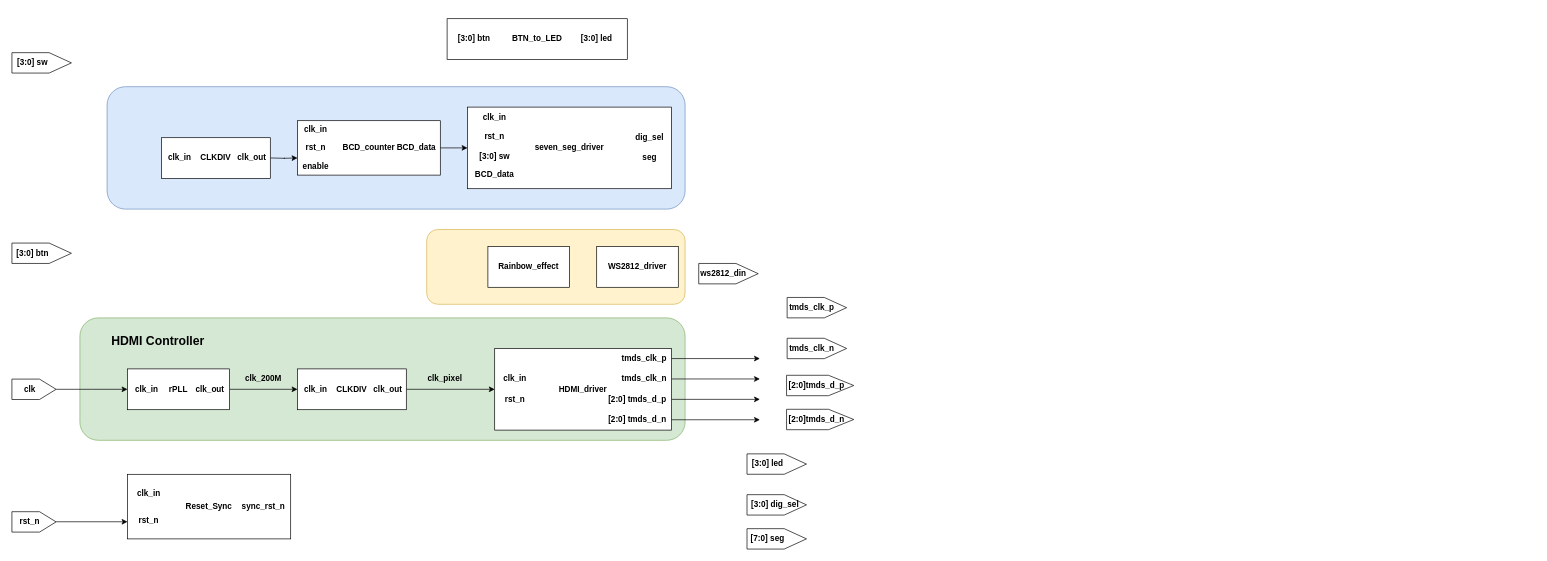
This is 板级测试工程框图.drawio from zeandon/draw.io, a draw.io file, before an edit. Source tidied: cells renumbered, new cells numbered last; positions are measured from the earlier drawing's top-left corner, leaving out a move shared by most shapes. Both pictures are drawn from the tidied source at 68%, with x=0, y=0 at pixel (12, 18).
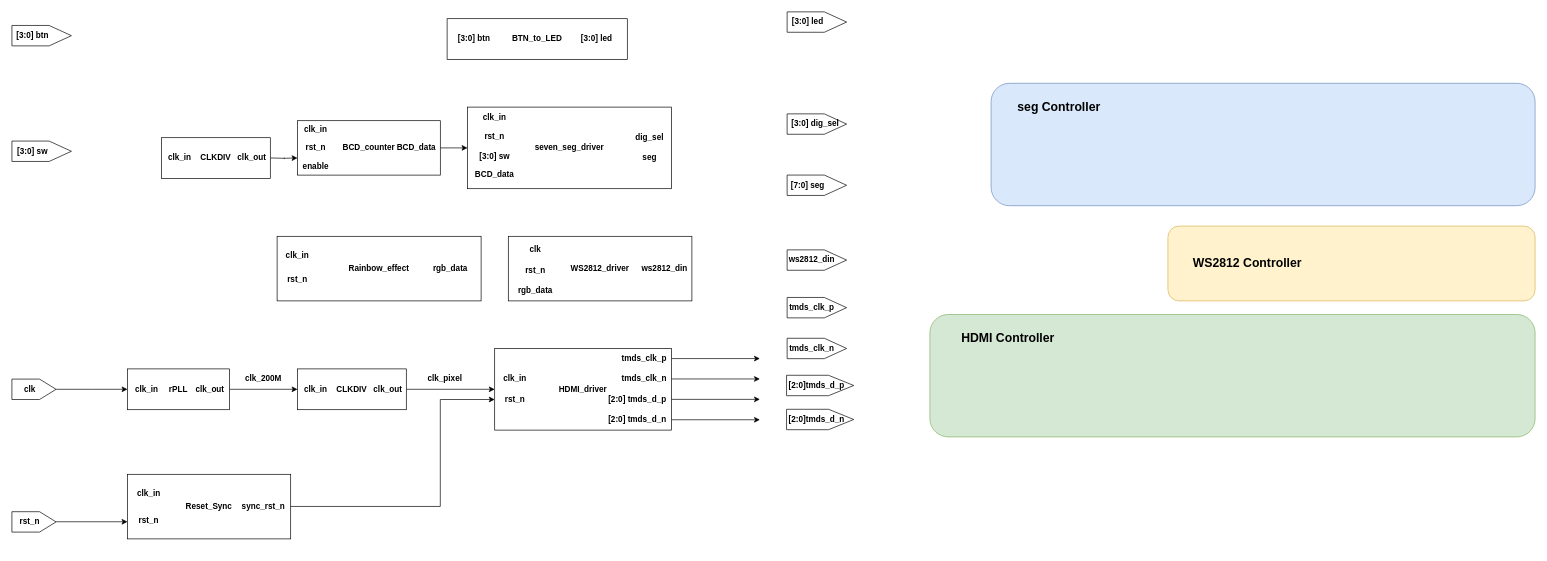
The same page after the edit.

Commit message (it also covers changes not shown here):
更新板级测试工程框图.drawio

The change refers to these unchanged cells:
```xml
<mxCell id="33" value="rst_n" style="text;html=1;whiteSpace=wrap;strokeColor=none;fillColor=none;align=center;verticalAlign=middle;rounded=0;fontStyle=1;" parent="26" vertex="1">
  <mxGeometry y="60" width="60" height="30" as="geometry" />
</mxCell>
```

The edit, as a diff of the source:
```diff
@@
     <mxCell id="2" style="rounded=1;whiteSpace=wrap;html=1;fillColor=#d5e8d4;strokeColor=#82b366;fontStyle=1;" parent="1" vertex="1">
-      <mxGeometry x="100" y="440" width="890" height="180" as="geometry" />
+      <mxGeometry x="1350" y="435" width="890" height="180" as="geometry" />
     </mxCell>
     <mxCell id="3" style="rounded=1;whiteSpace=wrap;html=1;fillColor=#dae8fc;strokeColor=#6c8ebf;fontStyle=1;" parent="1" vertex="1">
-      <mxGeometry x="140" y="100" width="850" height="180" as="geometry" />
+      <mxGeometry x="1440" y="95" width="800" height="180" as="geometry" />
     </mxCell>
     <mxCell id="4" style="rounded=1;whiteSpace=wrap;html=1;fillColor=#fff2cc;strokeColor=#d6b656;fontStyle=1;" parent="1" vertex="1">
-      <mxGeometry x="610" y="310" width="380" height="110" as="geometry" />
+      <mxGeometry x="1700" y="305" width="540" height="110" as="geometry" />
     </mxCell>
@@
-    <mxCell id="10" value="Rainbow_effect" style="rounded=0;whiteSpace=wrap;html=1;fontStyle=1;" parent="1" vertex="1">
-      <mxGeometry x="700" y="335" width="120" height="60" as="geometry" />
-    </mxCell>
     <mxCell id="11" value="WS2812_driver" style="rounded=0;whiteSpace=wrap;html=1;fontStyle=1;" parent="1" vertex="1">
-      <mxGeometry x="860" y="335" width="120" height="60" as="geometry" />
+      <mxGeometry x="730" y="320" width="270" height="95" as="geometry" />
     </mxCell>
@@
     <mxCell id="41" style="group;fontStyle=1;" parent="1" vertex="1">
-      <mxGeometry y="330" width="87.5" height="30" as="geometry" />
+      <mxGeometry y="10" width="87.5" height="30" as="geometry" />
     </mxCell>
@@
     <mxCell id="44" style="group;fontStyle=1;" parent="1" vertex="1">
-      <mxGeometry y="50" width="87.5" height="30" as="geometry" />
+      <mxGeometry y="180" width="87.5" height="30" as="geometry" />
     </mxCell>
@@
     <mxCell id="47" style="group;fontStyle=1;" parent="1" vertex="1">
-      <mxGeometry x="1081" y="640" width="87.5" height="30" as="geometry" />
+      <mxGeometry x="1140" y="-10" width="87.5" height="30" as="geometry" />
     </mxCell>
@@
     <mxCell id="50" style="group;fontStyle=1;" parent="1" vertex="1">
-      <mxGeometry x="1081" y="700" width="87.5" height="30" as="geometry" />
+      <mxGeometry x="1140" y="140" width="87.5" height="30" as="geometry" />
     </mxCell>
@@
     <mxCell id="53" style="group;fontStyle=1;" parent="1" vertex="1">
-      <mxGeometry x="1081" y="750" width="87.5" height="30" as="geometry" />
+      <mxGeometry x="1140" y="230" width="87.5" height="30" as="geometry" />
     </mxCell>
@@
     <mxCell id="56" style="group;fontStyle=1;" parent="1" vertex="1">
-      <mxGeometry x="1010" y="360" width="87.5" height="30" as="geometry" />
+      <mxGeometry x="1140" y="340" width="87.5" height="30" as="geometry" />
     </mxCell>
@@
     <mxCell id="94" value="HDMI Controller" style="text;html=1;whiteSpace=wrap;strokeColor=none;fillColor=none;align=center;verticalAlign=middle;rounded=0;fontStyle=1;fontSize=18;" parent="1" vertex="1">
-      <mxGeometry x="140" y="460" width="150" height="30" as="geometry" />
+      <mxGeometry x="1390" y="455" width="150" height="30" as="geometry" />
     </mxCell>
+    <mxCell id="95" value="seg Controller" style="text;html=1;whiteSpace=wrap;strokeColor=none;fillColor=none;align=center;verticalAlign=middle;rounded=0;fontStyle=1;fontSize=18;" parent="1" vertex="1">
+      <mxGeometry x="1465" y="115" width="150" height="30" as="geometry" />
+    </mxCell>
+    <mxCell id="96" value="WS2812 Controller" style="text;html=1;whiteSpace=wrap;strokeColor=none;fillColor=none;align=center;verticalAlign=middle;rounded=0;fontStyle=1;fontSize=18;" parent="1" vertex="1">
+      <mxGeometry x="1717" y="345" width="200" height="30" as="geometry" />
+    </mxCell>
+    <mxCell id="97" style="edgeStyle=orthogonalEdgeStyle;rounded=0;jettySize=auto;html=1;exitX=0.5;exitY=1;exitDx=0;exitDy=0;fontStyle=1;entryX=0;entryY=0.5;entryDx=0;entryDy=0;" parent="1" edge="1" target="33">
+      <mxGeometry relative="1" as="geometry">
+        <mxPoint x="410" y="717.3" as="sourcePoint" />
+        <Array as="points">
+          <mxPoint x="630" y="717" />
+          <mxPoint x="630" y="560" />
+        </Array>
+      </mxGeometry>
+    </mxCell>
+    <mxCell id="98" style="group;" parent="1" vertex="1">
+      <mxGeometry x="390" y="320" width="300" height="95" as="geometry" />
+    </mxCell>
+    <mxCell id="10" value="Rainbow_effect" style="rounded=0;whiteSpace=wrap;html=1;fontStyle=1;" parent="98" vertex="1">
+      <mxGeometry width="300" height="95" as="geometry" />
+    </mxCell>
+    <mxCell id="99" value="clk_in" style="text;html=1;whiteSpace=wrap;strokeColor=none;fillColor=none;align=center;verticalAlign=middle;rounded=0;fontStyle=1;" parent="98" vertex="1">
+      <mxGeometry x="10" y="12.5" width="40" height="30" as="geometry" />
+    </mxCell>
+    <mxCell id="100" value="rst_n" style="text;html=1;whiteSpace=wrap;strokeColor=none;fillColor=none;align=center;verticalAlign=middle;rounded=0;fontStyle=1;" parent="98" vertex="1">
+      <mxGeometry x="10" y="47.5" width="40" height="30" as="geometry" />
+    </mxCell>
+    <mxCell id="101" value="rgb_data" style="text;html=1;whiteSpace=wrap;strokeColor=none;fillColor=none;align=center;verticalAlign=middle;rounded=0;fontStyle=1;" parent="98" vertex="1">
+      <mxGeometry x="220" y="32.5" width="70" height="30" as="geometry" />
+    </mxCell>
+    <mxCell id="102" value="clk" style="text;html=1;whiteSpace=wrap;strokeColor=none;fillColor=none;align=center;verticalAlign=middle;rounded=0;fontStyle=1;" parent="1" vertex="1">
+      <mxGeometry x="750" y="325" width="40" height="30" as="geometry" />
+    </mxCell>
+    <mxCell id="103" value="rst_n" style="text;html=1;whiteSpace=wrap;strokeColor=none;fillColor=none;align=center;verticalAlign=middle;rounded=0;fontStyle=1;" parent="1" vertex="1">
+      <mxGeometry x="750" y="355" width="40" height="30" as="geometry" />
+    </mxCell>
+    <mxCell id="104" value="rgb_data" style="text;html=1;whiteSpace=wrap;strokeColor=none;fillColor=none;align=center;verticalAlign=middle;rounded=0;fontStyle=1;" parent="1" vertex="1">
+      <mxGeometry x="740" y="385" width="60" height="30" as="geometry" />
+    </mxCell>
+    <mxCell id="105" value="ws2812_din" style="text;html=1;whiteSpace=wrap;strokeColor=none;fillColor=none;align=center;verticalAlign=middle;rounded=0;fontStyle=1;" parent="1" vertex="1">
+      <mxGeometry x="920" y="352.5" width="80" height="30" as="geometry" />
+    </mxCell>
```
